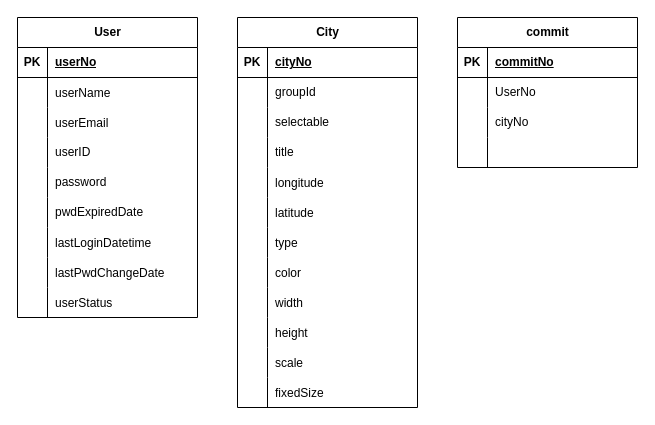
Before: table.drawio in shsewonitw/toy-project, a draw.io diagram. Source tidied: cells renumbered, new cells numbered last; positions are measured from the earlier drawing's top-left corner, leaving out a move shared by most shapes. Both pictures are drawn from the tidied source at 100%, with x=0, y=0 at pixel (17, 17).
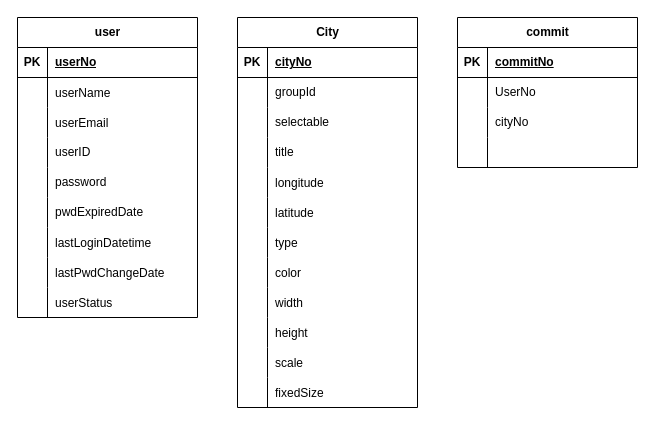
The same diagram, later.

The edit, as a diff of the source:
```diff
@@
-    <mxCell id="2" value="User" style="shape=table;startSize=30;childLayout=tableLayout;rowLines=0;fontStyle=1;align=center;html=1;" parent="1" vertex="1">
+    <mxCell id="2" value="user" style="shape=table;startSize=30;childLayout=tableLayout;rowLines=0;fontStyle=1;align=center;html=1;" parent="1" vertex="1">
       <mxGeometry width="180" height="300" as="geometry" />
     </mxCell>
```
